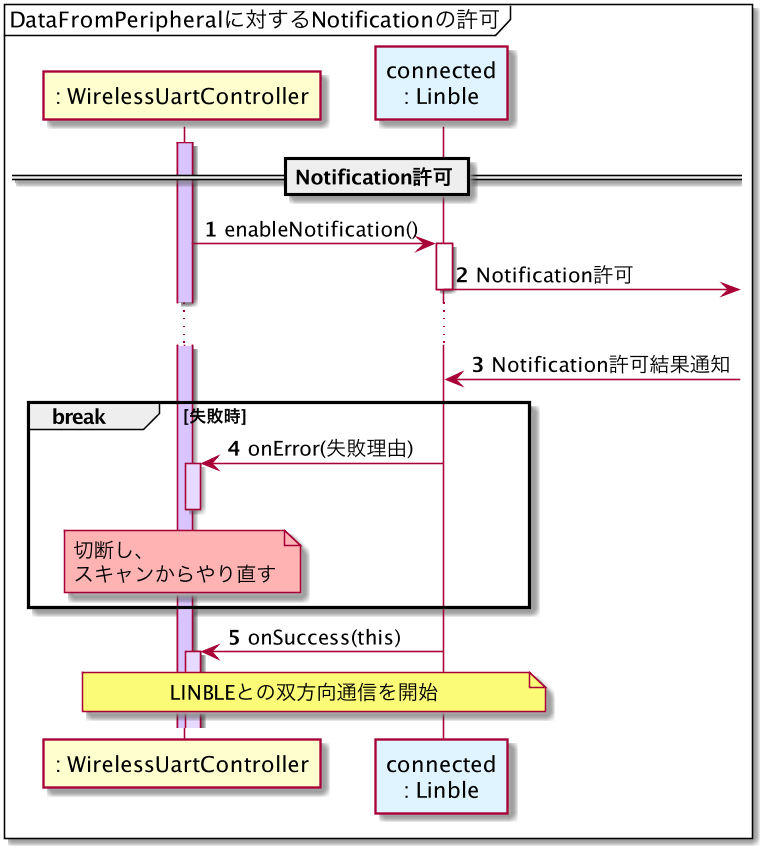
Above: out/plantuml/sequence_enable_notification_from_dfp.png in musen-connect-inc/linble-sample-wireless-uart (PlantUML), before the change.
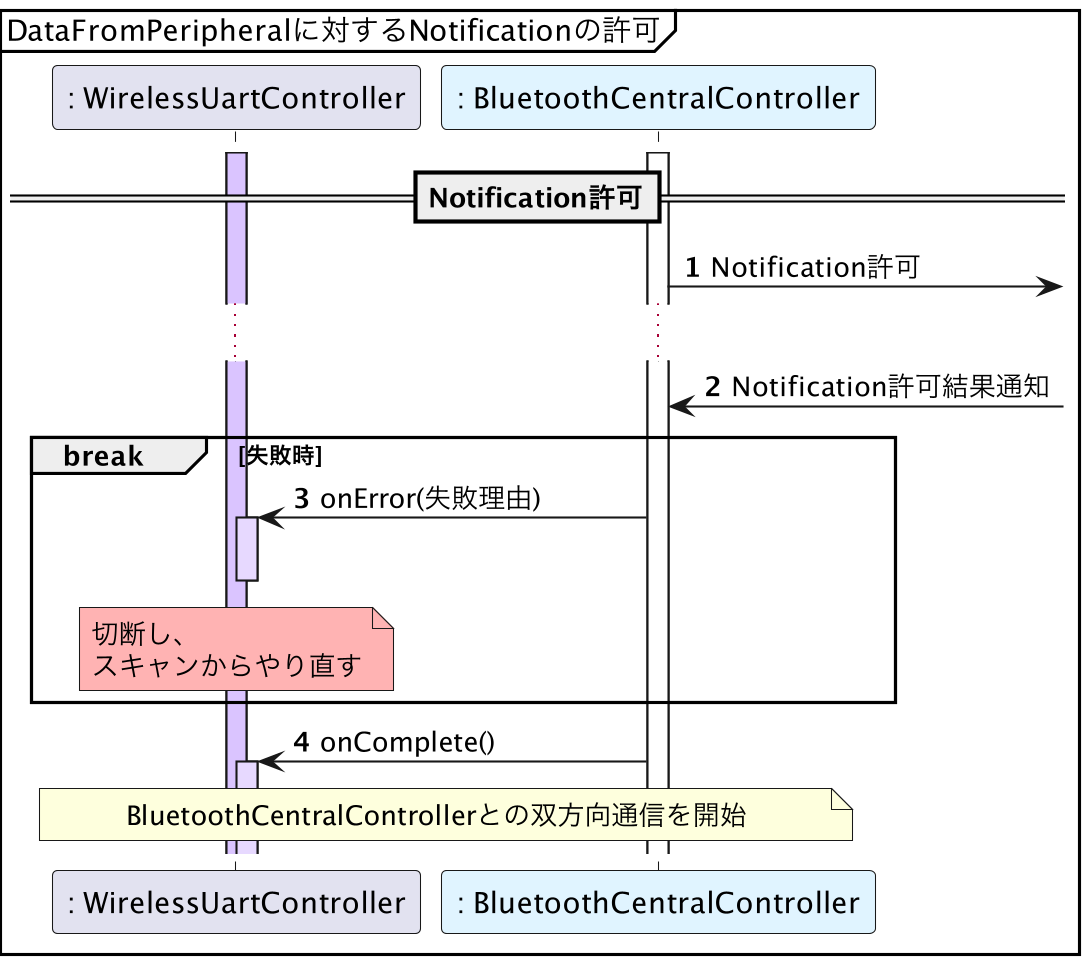
The same diagram one commit later.

What changed in the source:
```diff
@@ -1,38 +1,35 @@
 @startuml sequence_enable_notification_from_dfp
-skinparamlocked dpi 150
+skinparamlocked dpi 200
 
 mainframe DataFromPeripheralに対するNotificationの許可
 
 participant ": WirelessUartController" as WirelessUartController
-participant "connected\n: Linble" as Linble #e0f4ff
+participant ": BluetoothCentralController" as BluetoothCentralController #e0f4ff
 
 autonumber
 
 ==Notification許可==
 activate WirelessUartController #dac4ff
 
-WirelessUartController -> Linble: enableNotification()
-activate Linble
-Linble ->]: Notification許可
-
-deactivate Linble
+activate BluetoothCentralController
+BluetoothCentralController ->]: Notification許可
 
 ...
 
-Linble <-]: Notification許可結果通知
+BluetoothCentralController <-]: Notification許可結果通知
 
 break 失敗時
 
-WirelessUartController <- Linble: onError(失敗理由)
+WirelessUartController <- BluetoothCentralController: onError(失敗理由)
 activate WirelessUartController #e7d9ff
 note over WirelessUartController #ffb3b3: 切断し、\nスキャンからやり直す
 deactivate WirelessUartController
 
 end
 
-WirelessUartController <- Linble: onSuccess(this)
+WirelessUartController <- BluetoothCentralController: onComplete()
 activate WirelessUartController #e7d9ff
 
-note over WirelessUartController, Linble: LINBLEとの双方向通信を開始
+note over WirelessUartController, BluetoothCentralController: BluetoothCentralControllerとの双方向通信を開始
 
 @enduml
```
